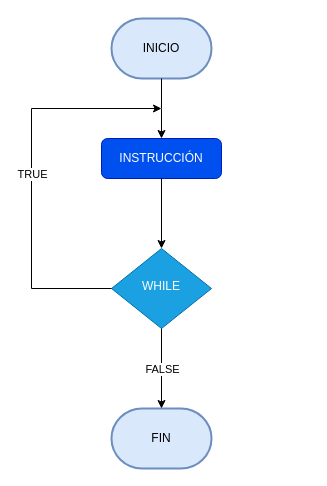
This is Untitled Diagram.drawio from CynthiaMaldonadoR/hello-world, a draw.io file, before an edit. Source tidied: cells renumbered, new cells numbered last; positions are measured from the earlier drawing's top-left corner, leaving out a move shared by most shapes. Both pictures are drawn from the tidied source at 100%, with x=0, y=0 at pixel (31, 18).
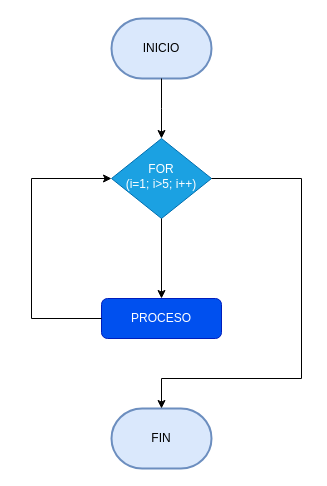
The same page after the edit.

The edit, as a diff of the source:
```diff
@@
 <mxGraphModel>
   <root>
     <mxCell id="0" />
     <mxCell id="1" parent="0" />
-    <mxCell id="2" value="WHILE" style="rhombus;whiteSpace=wrap;html=1;shadow=0;fontFamily=Helvetica;fontSize=12;align=center;strokeWidth=1;spacing=6;spacingTop=-4;fillColor=#1ba1e2;strokeColor=#006EAF;fontColor=#ffffff;" parent="1" vertex="1">
-      <mxGeometry x="80" y="230" width="100" height="80" as="geometry" />
+    <mxCell id="2" value="FOR&lt;br&gt;(i=1; i&amp;gt;5; i++)&lt;br&gt;" style="rhombus;whiteSpace=wrap;html=1;shadow=0;fontFamily=Helvetica;fontSize=12;align=center;strokeWidth=1;spacing=6;spacingTop=-4;fillColor=#1ba1e2;strokeColor=#006EAF;fontColor=#ffffff;" parent="1" vertex="1">
+      <mxGeometry x="80" y="120" width="100" height="80" as="geometry" />
     </mxCell>
     <mxCell id="3" value="INICIO" style="strokeWidth=2;html=1;shape=mxgraph.flowchart.terminator;whiteSpace=wrap;fillColor=#dae8fc;strokeColor=#6c8ebf;" parent="1" vertex="1">
       <mxGeometry x="80" width="100" height="60" as="geometry" />
     </mxCell>
     <mxCell id="4" value="FIN" style="strokeWidth=2;html=1;shape=mxgraph.flowchart.terminator;whiteSpace=wrap;fillColor=#dae8fc;strokeColor=#6c8ebf;" parent="1" vertex="1">
       <mxGeometry x="80" y="390" width="100" height="60" as="geometry" />
     </mxCell>
-    <mxCell id="5" value="INSTRUCCIÓN" style="rounded=1;whiteSpace=wrap;html=1;fontSize=12;glass=0;strokeWidth=1;shadow=0;fillColor=#0050ef;strokeColor=#001DBC;fontColor=#ffffff;" parent="1" vertex="1">
-      <mxGeometry x="70" y="120" width="120" height="40" as="geometry" />
+    <mxCell id="5" value="PROCESO" style="rounded=1;whiteSpace=wrap;html=1;fontSize=12;glass=0;strokeWidth=1;shadow=0;fillColor=#0050ef;strokeColor=#001DBC;fontColor=#ffffff;" parent="1" vertex="1">
+      <mxGeometry x="70" y="280" width="120" height="40" as="geometry" />
     </mxCell>
     <mxCell id="6" style="endArrow=classic;html=1;rounded=0;edgeStyle=orthogonalEdgeStyle;exitX=0.5;exitY=1;exitDx=0;exitDy=0;exitPerimeter=0;" parent="1" edge="1" source="3">
       <mxGeometry relative="1" as="geometry">
         <mxPoint x="130" y="120" as="targetPoint" />
       </mxGeometry>
     </mxCell>
+    <mxCell id="10" style="endArrow=classic;html=1;rounded=0;edgeStyle=orthogonalEdgeStyle;exitX=0;exitY=0.5;exitDx=0;exitDy=0;entryX=0;entryY=0.5;entryDx=0;entryDy=0;" parent="1" edge="1" source="5" target="2">
+      <mxGeometry relative="1" as="geometry">
+        <Array as="points">
+          <mxPoint y="300" />
+          <mxPoint y="160" />
+        </Array>
+      </mxGeometry>
+    </mxCell>
-    <mxCell id="7" style="endArrow=classic;html=1;rounded=0;edgeStyle=orthogonalEdgeStyle;exitX=0.5;exitY=1;exitDx=0;exitDy=0;entryX=0.5;entryY=0;entryDx=0;entryDy=0;entryPerimeter=0;" parent="1" edge="1" source="2" target="4">
-      <mxGeometry relative="1" as="geometry" />
+    <mxCell id="7" style="endArrow=classic;html=1;rounded=0;edgeStyle=orthogonalEdgeStyle;entryX=0.5;entryY=0;entryDx=0;entryDy=0;entryPerimeter=0;exitX=1;exitY=0.5;exitDx=0;exitDy=0;" parent="1" edge="1" source="2" target="4">
+      <mxGeometry relative="1" as="geometry">
+        <Array as="points">
+          <mxPoint x="270" y="160" />
+          <mxPoint x="270" y="360" />
+          <mxPoint x="130" y="360" />
+        </Array>
+      </mxGeometry>
     </mxCell>
-    <mxCell id="8" value="FALSE" style="edgeLabel;html=1;align=center;verticalAlign=middle;" parent="7" vertex="1">
-      <mxGeometry relative="1" as="geometry" />
-    </mxCell>
-    <mxCell id="9" style="endArrow=classic;html=1;rounded=0;edgeStyle=orthogonalEdgeStyle;exitX=0.5;exitY=1;exitDx=0;exitDy=0;" parent="1" edge="1" source="5" target="2">
-      <mxGeometry relative="1" as="geometry" />
-    </mxCell>
-    <mxCell id="10" style="endArrow=classic;html=1;rounded=0;edgeStyle=orthogonalEdgeStyle;exitX=0;exitY=0.5;exitDx=0;exitDy=0;" parent="1" edge="1" source="2">
-      <mxGeometry relative="1" as="geometry">
-        <mxPoint x="130" y="90" as="targetPoint" />
-        <Array as="points">
-          <mxPoint y="270" />
-          <mxPoint y="90" />
-        </Array>
-      </mxGeometry>
-    </mxCell>
-    <mxCell id="11" value="TRUE" style="edgeLabel;html=1;align=center;verticalAlign=middle;" parent="10" vertex="1">
-      <mxGeometry relative="1" as="geometry" />
-    </mxCell>
+    <mxCell id="12" style="endArrow=classic;html=1;rounded=0;edgeStyle=orthogonalEdgeStyle;entryX=0.5;entryY=0;entryDx=0;entryDy=0;exitX=0.5;exitY=1;exitDx=0;exitDy=0;" parent="1" edge="1" source="2" target="5">
+      <mxGeometry relative="1" as="geometry" />
+    </mxCell>
   </root>
 </mxGraphModel>
```
